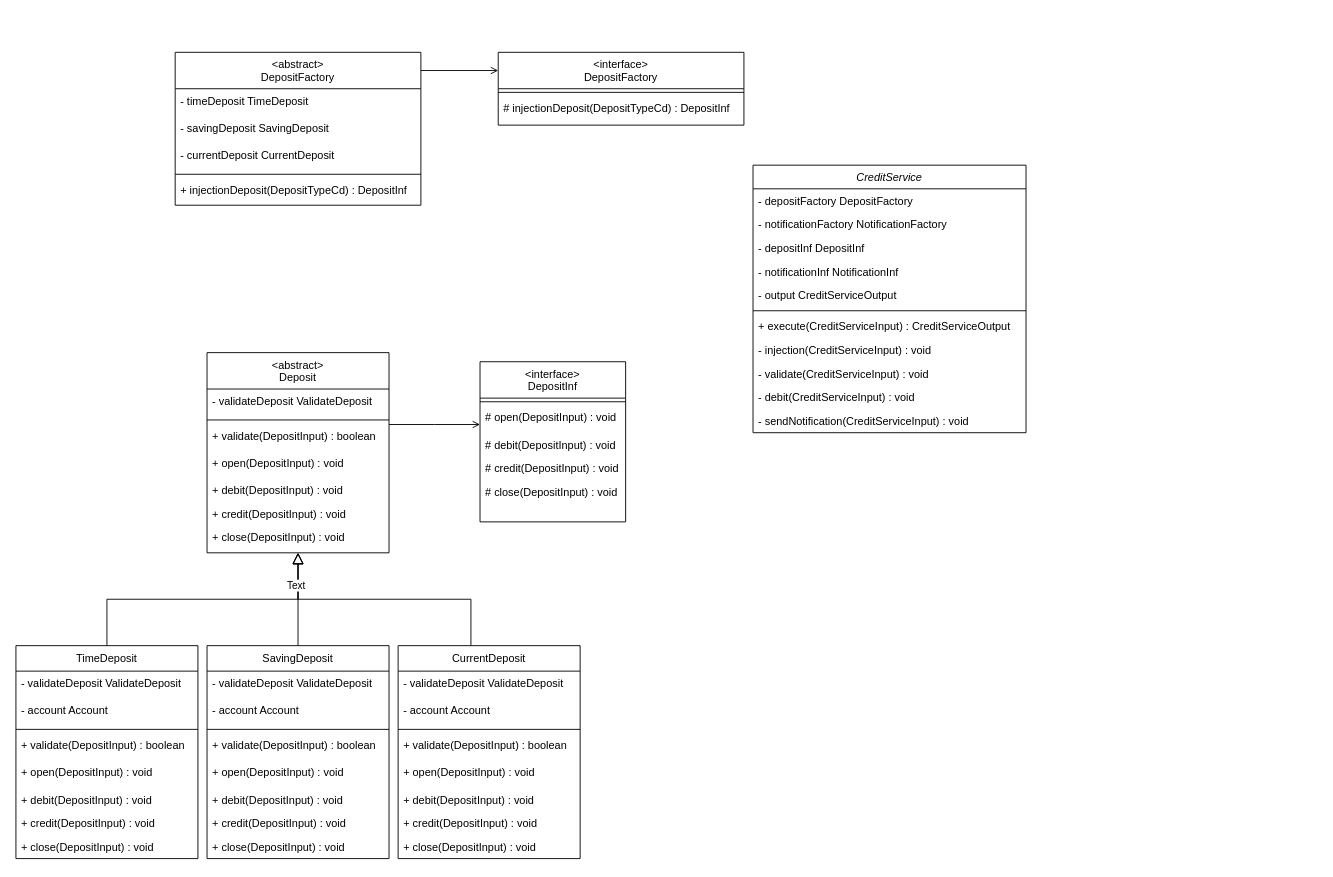
Above: src/main/resources/files/클래스다이어그램/알림전송.drawio in NohKeun/kakao (draw.io), before the change. Source tidied: cells renumbered, new cells numbered last; positions are measured from the earlier drawing's top-left corner, leaving out a move shared by most shapes. Both pictures are drawn from the tidied source at 91%, with x=0, y=0 at pixel (15, 52).
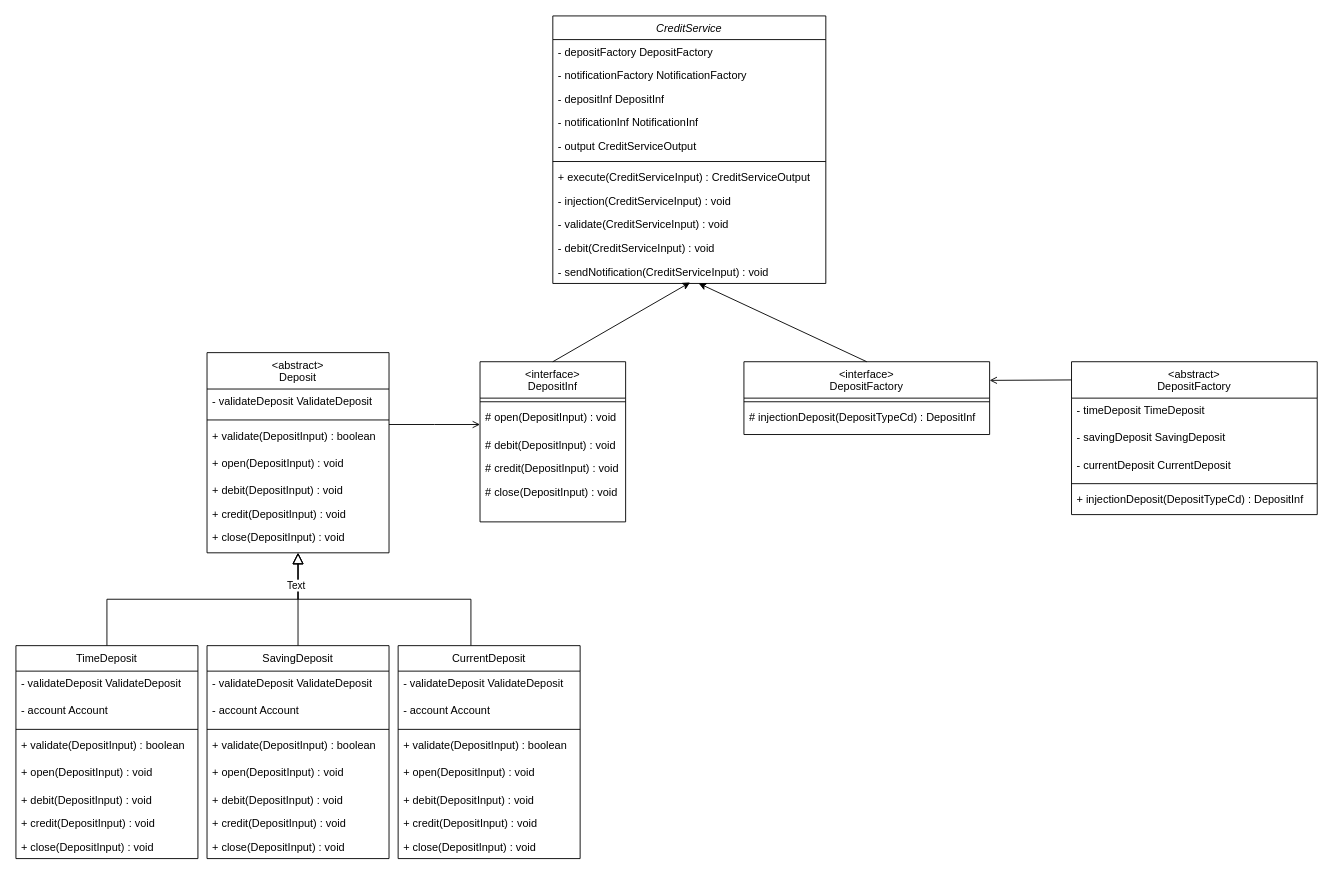
Above is the later version.

Commit message (it also covers changes not shown here):
알림전송.drawio 업데이트

The change refers to these unchanged cells:
```xml
<mxCell id="4" value="&lt;interface&gt;&#10;DepositInf" style="swimlane;fontStyle=0;align=center;verticalAlign=top;horizontal=1;startSize=40;rounded=0;shadow=0;strokeWidth=1;" parent="1" vertex="1">
  <mxGeometry x="510" y="340" width="160" height="176" as="geometry" />
</mxCell>
<mxCell id="24" value="- sendNotification(CreditServiceInput) : void" style="text;align=left;verticalAlign=top;spacingLeft=4;spacingRight=4;overflow=hidden;points=[[0,0.5],[1,0.5]];portConstraint=eastwest;" parent="13" vertex="1">
  <mxGeometry y="268" width="300" height="26" as="geometry" />
</mxCell>
```

What changed in the source:
```diff
@@
     <mxCell id="13" value="CreditService" style="swimlane;fontStyle=2;align=center;verticalAlign=top;horizontal=1;startSize=26;rounded=0;shadow=0;strokeWidth=1;" parent="1" vertex="1">
-      <mxGeometry x="810" y="124" width="300" height="294" as="geometry" />
+      <mxGeometry x="590" y="-40" width="300" height="294" as="geometry" />
     </mxCell>
@@
     <mxCell id="60" value="&lt;interface&gt;&#10;DepositFactory" style="swimlane;fontStyle=0;align=center;verticalAlign=top;horizontal=1;startSize=40;rounded=0;shadow=0;strokeWidth=1;" parent="1" vertex="1">
-      <mxGeometry x="530" width="270" height="80" as="geometry" />
+      <mxGeometry x="800" y="340" width="270" height="80" as="geometry" />
     </mxCell>
@@
     <mxCell id="63" value="&lt;abstract&gt;&#10;DepositFactory" style="swimlane;fontStyle=0;align=center;verticalAlign=top;horizontal=1;startSize=40;rounded=0;shadow=0;strokeWidth=1;" parent="1" vertex="1">
-      <mxGeometry x="175" width="270" height="168" as="geometry" />
+      <mxGeometry x="1160" y="340" width="270" height="168" as="geometry" />
     </mxCell>
@@
-    <mxCell id="69" style="endArrow=open;shadow=0;strokeWidth=1;rounded=0;curved=0;endFill=1;edgeStyle=elbowEdgeStyle;elbow=vertical;entryX=0;entryY=0.25;entryDx=0;entryDy=0;" parent="1" edge="1" target="60">
+    <mxCell id="69" style="endArrow=open;shadow=0;strokeWidth=1;rounded=0;curved=0;endFill=1;edgeStyle=elbowEdgeStyle;elbow=vertical;exitX=0.046;exitY=-0.018;exitDx=0;exitDy=0;exitPerimeter=0;entryX=1;entryY=0.25;entryDx=0;entryDy=0;" parent="1" edge="1" target="60">
       <mxGeometry x="0.5" y="41" relative="1" as="geometry">
-        <mxPoint x="445" y="20" as="sourcePoint" />
+        <mxPoint x="1160" y="360" as="sourcePoint" />
+        <Array as="points">
+          <mxPoint x="947.6" y="360.5" />
+        </Array>
         <mxPoint x="-40" y="32" as="offset" />
       </mxGeometry>
     </mxCell>
+    <mxCell id="70" style="endArrow=classic;html=1;rounded=0;exitX=0.5;exitY=0;exitDx=0;exitDy=0;entryX=0.503;entryY=0.956;entryDx=0;entryDy=0;entryPerimeter=0;" parent="1" edge="1" source="4" target="24">
+      <mxGeometry relative="1" as="geometry" />
+    </mxCell>
+    <mxCell id="71" style="endArrow=classic;html=1;rounded=0;exitX=0.5;exitY=0;exitDx=0;exitDy=0;entryX=0.534;entryY=0.993;entryDx=0;entryDy=0;entryPerimeter=0;" parent="1" edge="1" source="60" target="24">
+      <mxGeometry relative="1" as="geometry" />
+    </mxCell>
```
